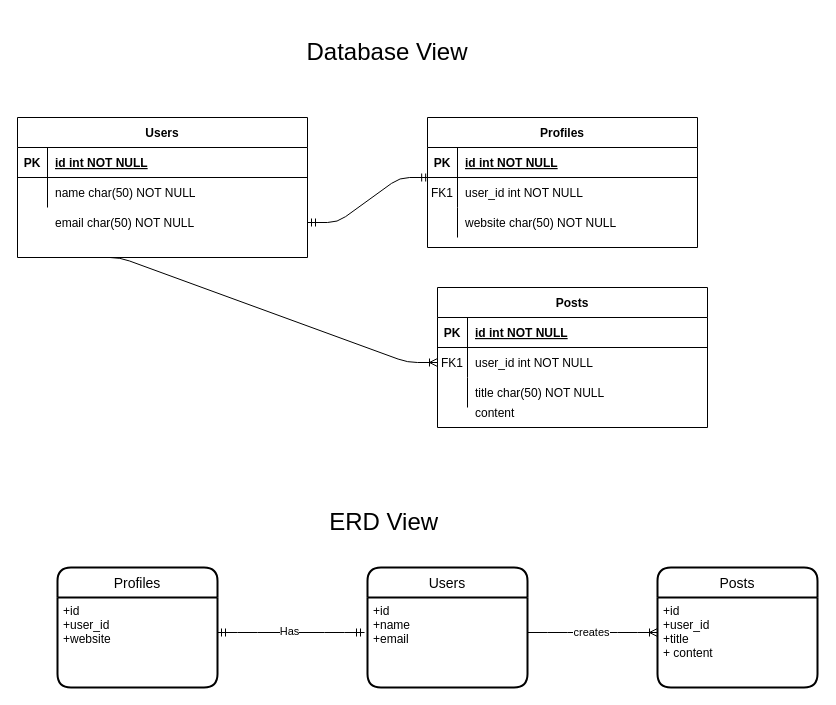
Earlier version of the draw.io diagram Untitled Diagram.drawio (bhavishaDas/bhavishaDas.github.io). Source tidied: cells renumbered, new cells numbered last; positions are measured from the earlier drawing's top-left corner, leaving out a move shared by most shapes. Both pictures are drawn from the tidied source at 100%, with x=0, y=0 at pixel (17, 17).
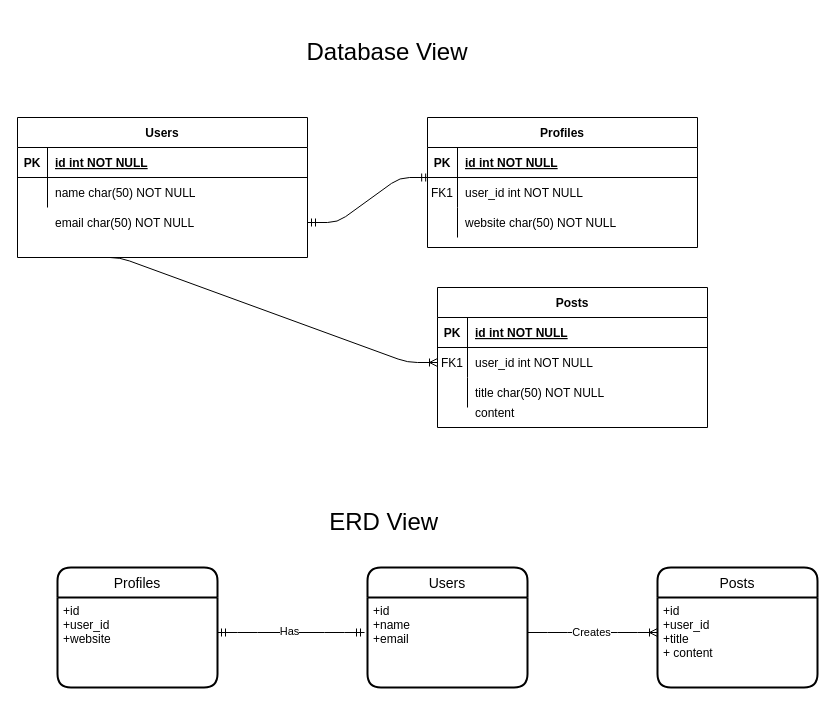
The same diagram, later.

The change refers to these unchanged cells:
```xml
<mxCell id="40" style="edgeStyle=entityRelationEdgeStyle;fontSize=12;html=1;endArrow=ERoneToMany;entryX=0;entryY=0.5;entryDx=0;entryDy=0;" parent="39" edge="1">
  <mxGeometry relative="1" as="geometry">
    <mxPoint x="160" y="65" as="sourcePoint" />
    <mxPoint x="290" y="65" as="targetPoint" />
  </mxGeometry>
</mxCell>
```

Change to the diagram source:
```diff
@@
-    <mxCell id="41" value="creates" style="edgeLabel;html=1;align=center;verticalAlign=middle;" parent="40" vertex="1">
+    <mxCell id="41" value="Creates" style="edgeLabel;html=1;align=center;verticalAlign=middle;" parent="40" vertex="1">
       <mxGeometry x="-0.03" y="1" relative="1" as="geometry" />
     </mxCell>
```
